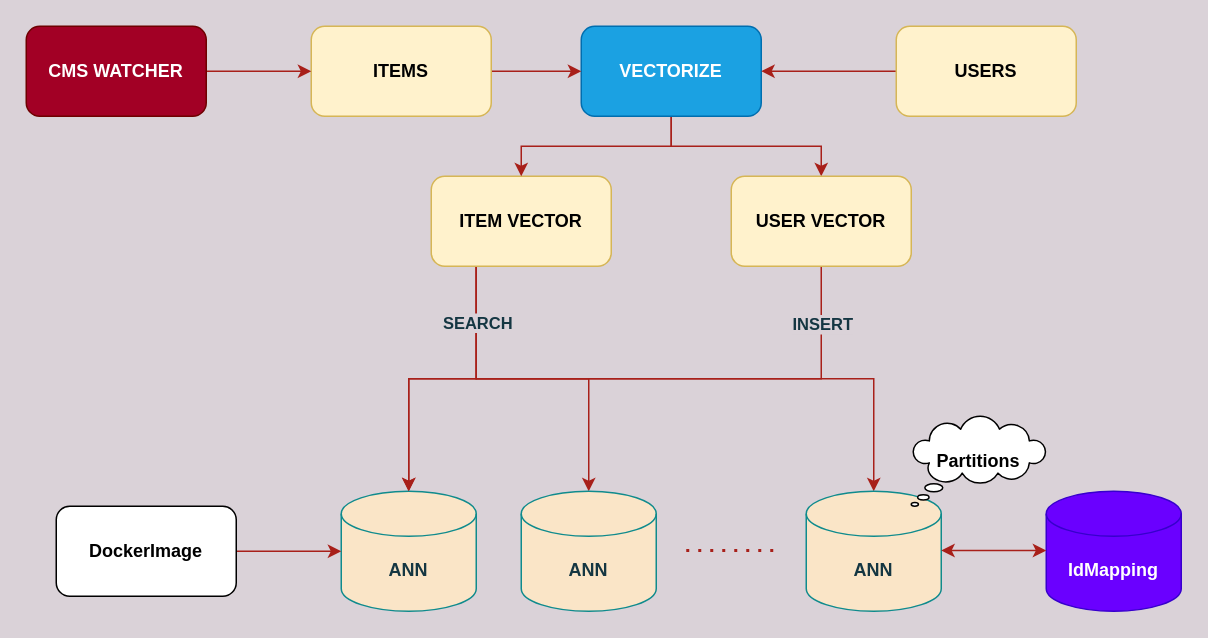
This is ann.drawio from yuanjie-ai/000drawio, a draw.io file, before an edit. Source tidied: cells renumbered, new cells numbered last; positions are measured from the earlier drawing's top-left corner, leaving out a move shared by most shapes. Both pictures are drawn from the tidied source at 150%, with x=0, y=0 at pixel (26, 26).
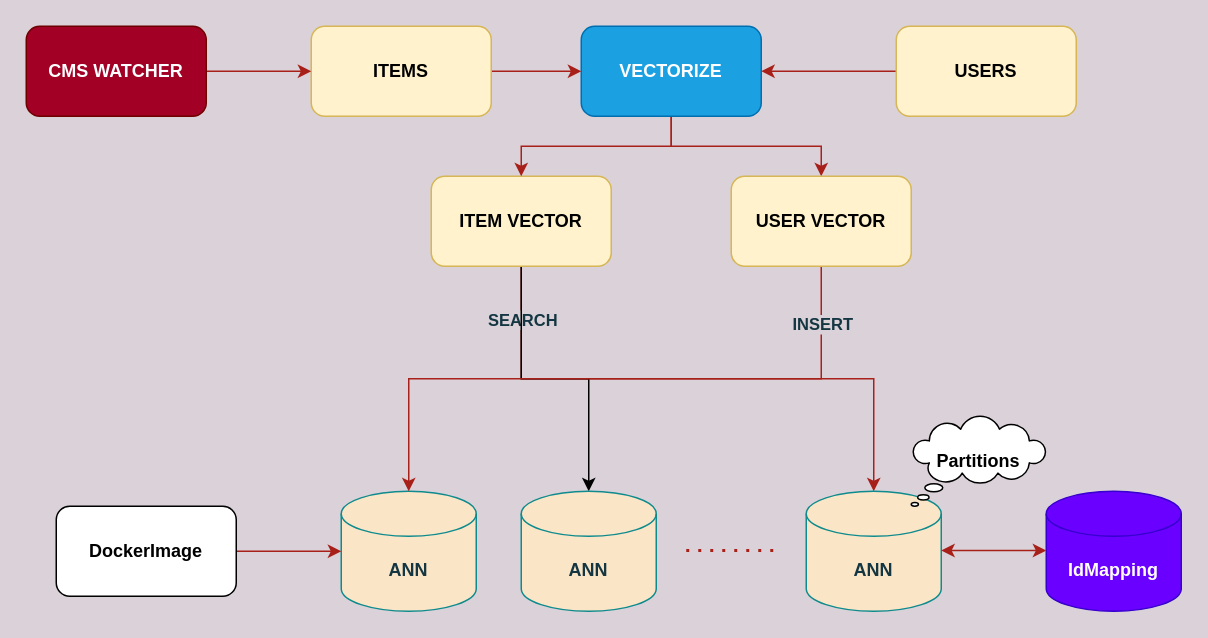
Above is the later version.

Unchanged cells that the change refers to:
```xml
<mxCell id="6" value="&lt;b&gt;ITEM VECTOR&lt;/b&gt;" style="rounded=1;whiteSpace=wrap;html=1;fillColor=#fff2cc;strokeColor=#d6b656;" parent="1" vertex="1">
  <mxGeometry x="270" y="100" width="120" height="60" as="geometry" />
</mxCell>
<mxCell id="7" value="&lt;b&gt;ANN&lt;/b&gt;" style="shape=cylinder3;whiteSpace=wrap;html=1;boundedLbl=1;backgroundOutline=1;size=15;fillColor=#FAE5C7;strokeColor=#0F8B8D;fontColor=#143642;" parent="1" vertex="1">
  <mxGeometry x="210" y="310" width="90" height="80" as="geometry" />
</mxCell>
<mxCell id="8" value="&lt;b&gt;ANN&lt;/b&gt;" style="shape=cylinder3;whiteSpace=wrap;html=1;boundedLbl=1;backgroundOutline=1;size=15;fillColor=#FAE5C7;strokeColor=#0F8B8D;fontColor=#143642;" parent="1" vertex="1">
  <mxGeometry x="330" y="310" width="90" height="80" as="geometry" />
</mxCell>
<mxCell id="9" value="&lt;b&gt;ANN&lt;/b&gt;" style="shape=cylinder3;whiteSpace=wrap;html=1;boundedLbl=1;backgroundOutline=1;size=15;fillColor=#FAE5C7;strokeColor=#0F8B8D;fontColor=#143642;" parent="1" vertex="1">
  <mxGeometry x="520" y="310" width="90" height="80" as="geometry" />
</mxCell>
```

What changed in the source:
```diff
@@
-    <mxCell id="2" style="edgeStyle=orthogonalEdgeStyle;rounded=0;jettySize=auto;html=1;exitX=0.25;exitY=1;exitDx=0;exitDy=0;labelBackgroundColor=#DAD2D8;strokeColor=#A8201A;fontColor=#143642;" parent="1" edge="1" source="6" target="8">
-      <mxGeometry relative="1" as="geometry" />
-    </mxCell>
-    <mxCell id="3" style="edgeStyle=orthogonalEdgeStyle;rounded=0;jettySize=auto;html=1;exitX=0.25;exitY=1;exitDx=0;exitDy=0;labelBackgroundColor=#DAD2D8;strokeColor=#A8201A;fontColor=#143642;" parent="1" edge="1" source="6" target="7">
-      <mxGeometry relative="1" as="geometry" />
-    </mxCell>
-    <mxCell id="4" style="edgeStyle=orthogonalEdgeStyle;rounded=0;jettySize=auto;html=1;exitX=0.25;exitY=1;exitDx=0;exitDy=0;entryX=0.5;entryY=0;entryDx=0;entryDy=0;entryPerimeter=0;labelBackgroundColor=#DAD2D8;strokeColor=#A8201A;fontColor=#143642;" parent="1" edge="1" source="6" target="9">
+    <mxCell id="4" style="edgeStyle=orthogonalEdgeStyle;rounded=0;jettySize=auto;html=1;exitX=0.5;exitY=1;exitDx=0;exitDy=0;entryX=0.5;entryY=0;entryDx=0;entryDy=0;entryPerimeter=0;labelBackgroundColor=#DAD2D8;strokeColor=#A8201A;fontColor=#143642;" parent="1" edge="1" source="6" target="9">
       <mxGeometry relative="1" as="geometry" />
     </mxCell>
@@
+    <mxCell id="2" style="edgeStyle=orthogonalEdgeStyle;rounded=0;jettySize=auto;html=1;exitX=0.5;exitY=1;exitDx=0;exitDy=0;" parent="1" edge="1" source="6" target="8">
+      <mxGeometry relative="1" as="geometry" />
+    </mxCell>
```
